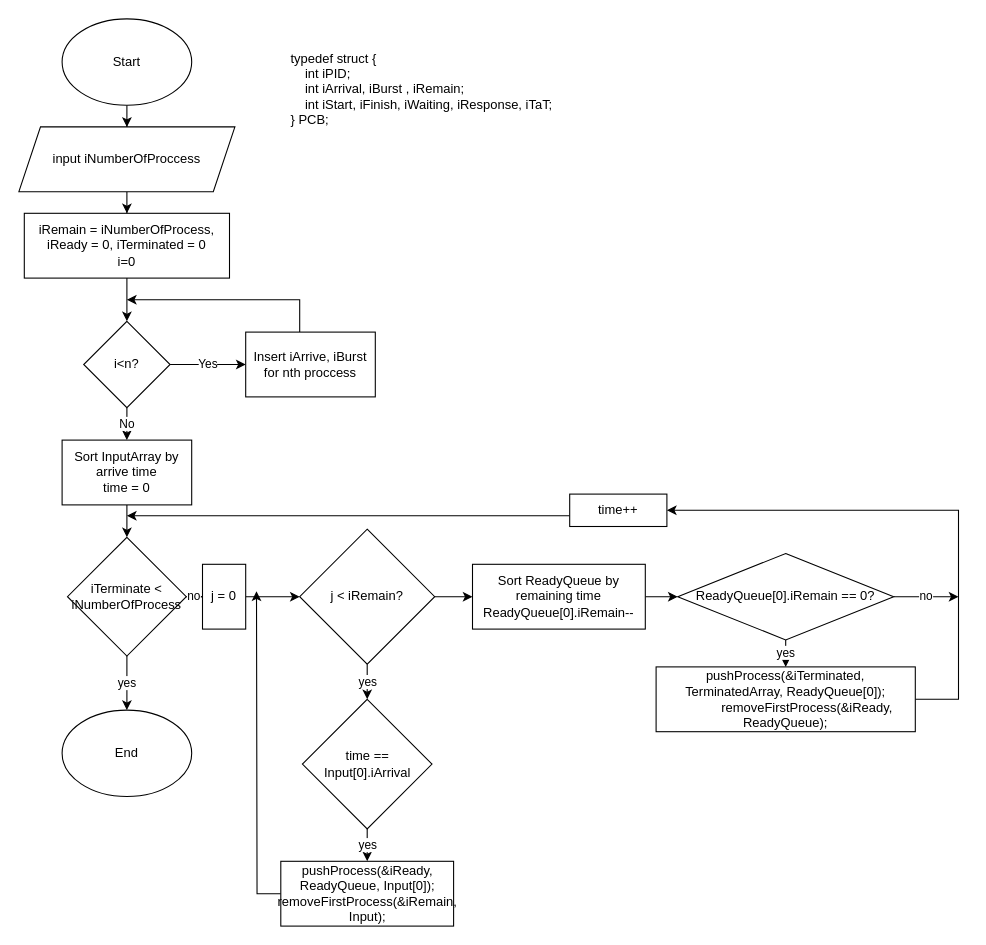
The draw.io diagram OS.drawio in Keny7503/draw.io, before the edit. Source tidied: cells renumbered, new cells numbered last; positions are measured from the earlier drawing's top-left corner, leaving out a move shared by most shapes. Both pictures are drawn from the tidied source at 108%, with x=0, y=0 at pixel (18, 18).
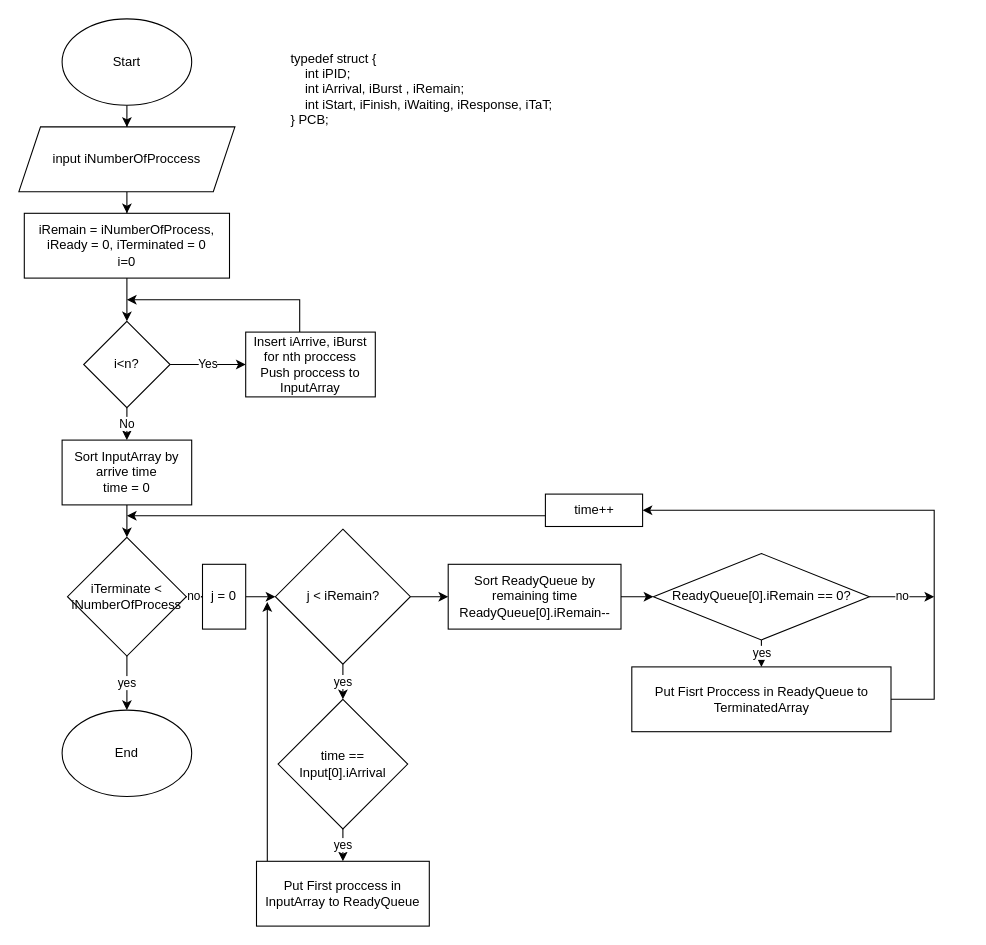
The same page after the edit.

Diff of the diagram source:
```diff
@@
-    <mxCell id="13" value="Insert iArrive, iBurst for nth proccess" style="rounded=0;whiteSpace=wrap;html=1;" parent="1" vertex="1">
+    <mxCell id="13" value="&lt;div&gt;Insert iArrive, iBurst for nth proccess&lt;/div&gt;&lt;div&gt;Push proccess to InputArray&lt;br&gt;&lt;/div&gt;" style="rounded=0;whiteSpace=wrap;html=1;" parent="1" vertex="1">
       <mxGeometry x="210" y="290" width="120" height="60" as="geometry" />
     </mxCell>
@@
     <mxCell id="23" value="j &amp;lt; iRemain?" style="rhombus;whiteSpace=wrap;html=1;" parent="1" vertex="1">
-      <mxGeometry x="260" y="472.5" width="125" height="125" as="geometry" />
+      <mxGeometry x="237.5" y="472.5" width="125" height="125" as="geometry" />
     </mxCell>
@@
     <mxCell id="25" value="time == Input[0].iArrival" style="rhombus;whiteSpace=wrap;html=1;" parent="1" vertex="1">
-      <mxGeometry x="262.5" y="630" width="120" height="120" as="geometry" />
+      <mxGeometry x="240" y="630" width="120" height="120" as="geometry" />
     </mxCell>
     <mxCell id="26" style="edgeStyle=orthogonalEdgeStyle;rounded=0;jettySize=auto;html=1;" parent="1" edge="1" source="27">
       <mxGeometry relative="1" as="geometry">
-        <mxPoint x="220" y="530" as="targetPoint" />
+        <mxPoint x="230" y="540" as="targetPoint" />
+        <Array as="points">
+          <mxPoint x="230" y="550" />
+          <mxPoint x="230" y="550" />
+        </Array>
       </mxGeometry>
     </mxCell>
-    <mxCell id="27" value="&lt;div&gt;pushProcess(&amp;amp;iReady, ReadyQueue, Input[0]);&lt;/div&gt;&lt;div&gt;removeFirstProcess(&amp;amp;iRemain, Input);&lt;/div&gt;" style="rounded=0;whiteSpace=wrap;html=1;" parent="1" vertex="1">
-      <mxGeometry x="242.5" y="780" width="160" height="60" as="geometry" />
+    <mxCell id="27" value="Put First proccess in InputArray to ReadyQueue" style="rounded=0;whiteSpace=wrap;html=1;" parent="1" vertex="1">
+      <mxGeometry x="220" y="780" width="160" height="60" as="geometry" />
     </mxCell>
@@
     <mxCell id="29" value="&lt;div&gt;Sort ReadyQueue by remaining time&lt;/div&gt;&lt;div&gt;ReadyQueue[0].iRemain--&lt;br&gt;&lt;/div&gt;" style="rounded=0;whiteSpace=wrap;html=1;" parent="1" vertex="1">
-      <mxGeometry x="420" y="505" width="160" height="60" as="geometry" />
+      <mxGeometry x="397.5" y="505" width="160" height="60" as="geometry" />
     </mxCell>
@@
     <mxCell id="31" value="no" style="edgeStyle=orthogonalEdgeStyle;rounded=0;jettySize=auto;html=1;" parent="1" edge="1" source="32">
       <mxGeometry relative="1" as="geometry">
-        <mxPoint x="870" y="535" as="targetPoint" />
+        <mxPoint x="847.5" y="535" as="targetPoint" />
       </mxGeometry>
     </mxCell>
     <mxCell id="32" value="ReadyQueue[0].iRemain == 0?" style="rhombus;whiteSpace=wrap;html=1;" parent="1" vertex="1">
-      <mxGeometry x="610" y="495" width="200" height="80" as="geometry" />
+      <mxGeometry x="587.5" y="495" width="200" height="80" as="geometry" />
     </mxCell>
     <mxCell id="33" style="edgeStyle=orthogonalEdgeStyle;rounded=0;jettySize=auto;html=1;" parent="1" edge="1" source="34" target="36">
       <mxGeometry relative="1" as="geometry">
         <Array as="points">
-          <mxPoint x="870" y="630" />
-          <mxPoint x="870" y="455" />
+          <mxPoint x="847.5" y="630" />
+          <mxPoint x="847.5" y="455" />
         </Array>
       </mxGeometry>
     </mxCell>
-    <mxCell id="34" value="pushProcess(&amp;iTerminated, TerminatedArray, ReadyQueue[0]);&#10;            removeFirstProcess(&amp;iReady, ReadyQueue);" style="rounded=0;whiteSpace=wrap;html=1;" parent="1" vertex="1">
-      <mxGeometry x="590" y="600" width="240" height="60" as="geometry" />
+    <mxCell id="34" value="Put Fisrt Proccess in ReadyQueue to TerminatedArray" style="rounded=0;whiteSpace=wrap;html=1;" parent="1" vertex="1">
+      <mxGeometry x="567.5" y="600" width="240" height="60" as="geometry" />
     </mxCell>
@@
     <mxCell id="36" value="time++" style="rounded=0;whiteSpace=wrap;html=1;" parent="1" vertex="1">
-      <mxGeometry x="510" y="440" width="90" height="30" as="geometry" />
+      <mxGeometry x="487.5" y="440" width="90" height="30" as="geometry" />
     </mxCell>
```
